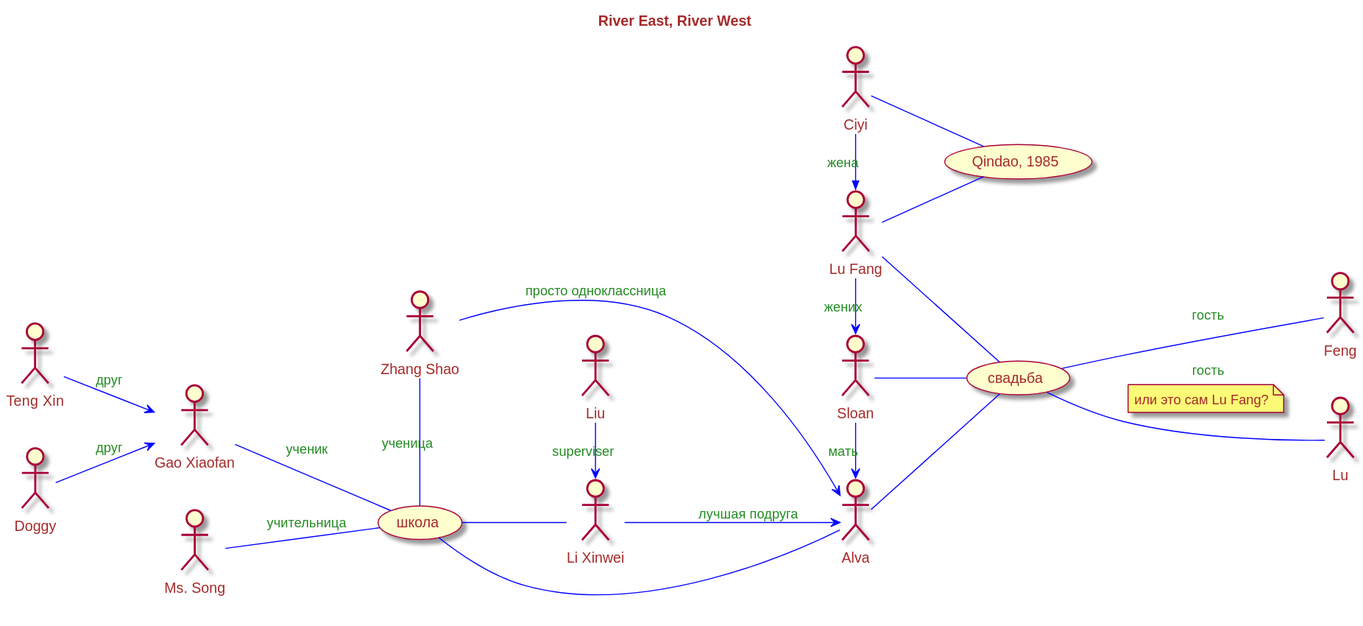
This is river-River_East__River_West.svg from olek3/reading, a PlantUML export, as it was before one commit.
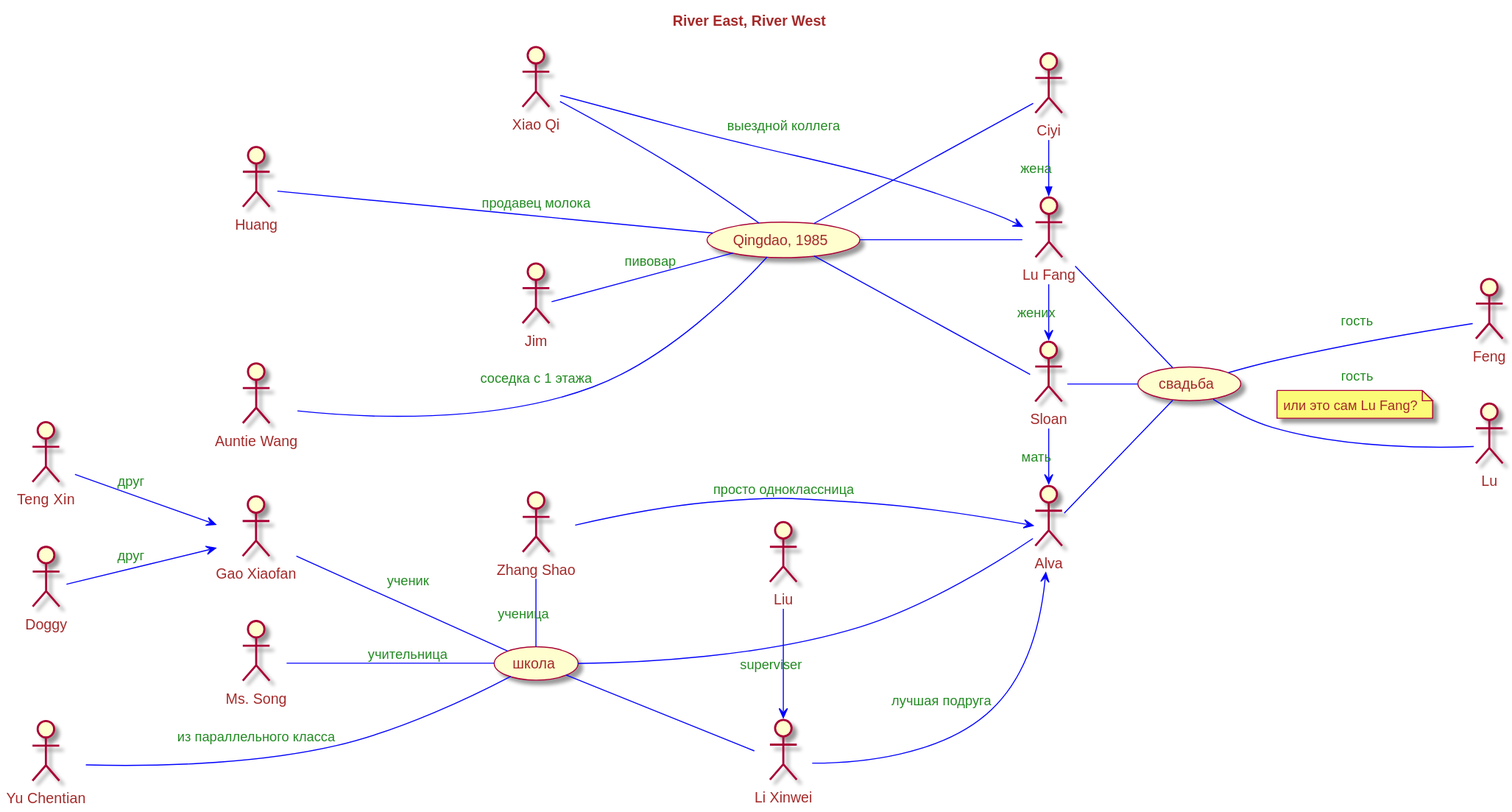
Later version of the same file.

Commit message:
еще персонажи Циньдао, 1985 сплетница из параллельного класса

The edit, as a diff of the source:
```diff
@@ -66,10 +66,27 @@
 :Ciyi: as Ciyi
 
 
-(Qindao, 1985) as Qingdao
+(Qingdao, 1985) as Qingdao
 
 Ciyi ->> Fang : жена
 
-Ciyi -- Qingdao
-Fang -- Qingdao
+Qingdao -- Ciyi
+Qingdao -- Fang
+Qingdao -- Sloan
+
+:Huang: as Huang
+:Xiao Qi: as Qi
+:Jim: as Jim
+:Auntie Wang: as Wang
+:Yu Chentian: as Yu
+
+
+Huang --- Qingdao : продавец молока
+Qi -- Qingdao
+Qi -> Fang : выездной коллега
+Wang --- Qingdao : соседка с 1 этажа
+
+Yu --- (школа) : из параллельного класса
+
+Jim -- Qingdao : пивовар
 @enduml
```
